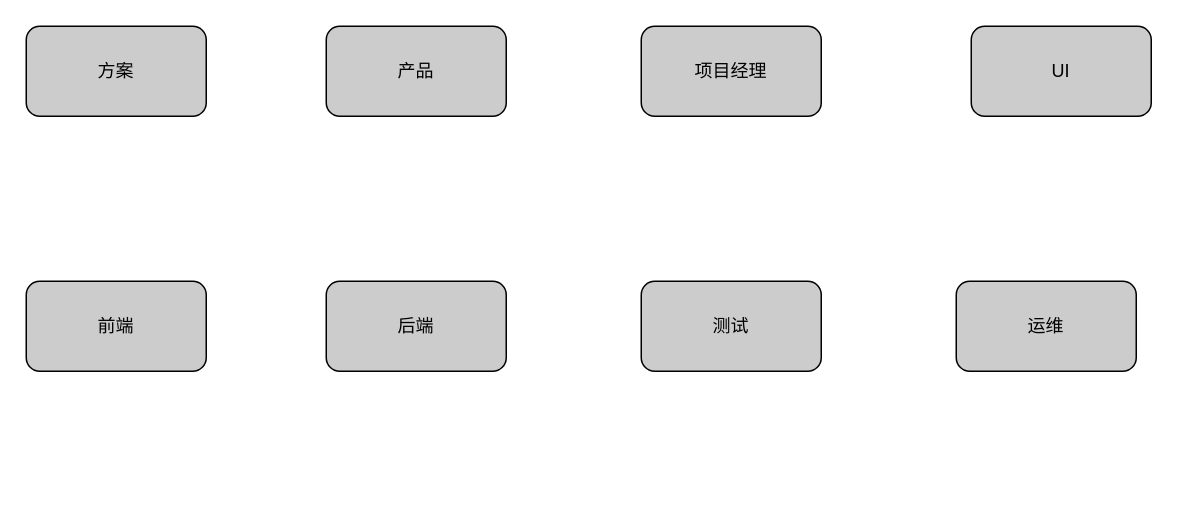
This is page "组织协作" (2 of 4) of doc/工程中心年终总结.drawio from jackyliu/design, a draw.io file, before an edit. Source tidied: cells renumbered, new cells numbered last; positions are measured from the earlier drawing's top-left corner, leaving out a move shared by most shapes. Both pictures are drawn from the tidied source at 150%, with x=0, y=0 at pixel (26, 26).
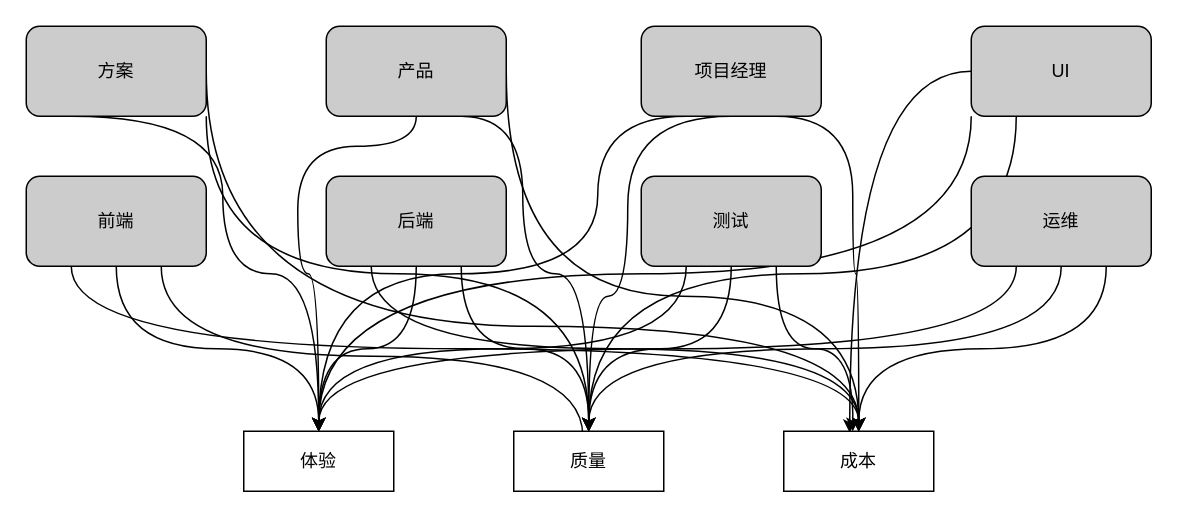
After the change.

The change refers to these unchanged cells:
```xml
<mxCell id="2" value="产品" style="rounded=1;whiteSpace=wrap;html=1;fillColor=#CCCCCC;" parent="1" vertex="1">
  <mxGeometry x="200" width="120" height="60" as="geometry" />
</mxCell>
<mxCell id="3" value="方案" style="rounded=1;whiteSpace=wrap;html=1;fillColor=#CCCCCC;" parent="1" vertex="1">
  <mxGeometry width="120" height="60" as="geometry" />
</mxCell>
<mxCell id="4" value="项目经理" style="rounded=1;whiteSpace=wrap;html=1;fillColor=#CCCCCC;" parent="1" vertex="1">
  <mxGeometry x="410" width="120" height="60" as="geometry" />
</mxCell>
<mxCell id="5" value="UI" style="rounded=1;whiteSpace=wrap;html=1;fillColor=#CCCCCC;" parent="1" vertex="1">
  <mxGeometry x="630" width="120" height="60" as="geometry" />
</mxCell>
```

Diff of the diagram source:
```diff
@@
+    <mxCell id="10" style="edgeStyle=orthogonalEdgeStyle;curved=1;rounded=0;jettySize=auto;html=1;exitX=0.5;exitY=1;exitDx=0;exitDy=0;entryX=0.5;entryY=0;entryDx=0;entryDy=0;" parent="1" edge="1" source="2" target="34">
+      <mxGeometry relative="1" as="geometry">
+        <Array as="points">
+          <mxPoint x="260" y="80" />
+          <mxPoint x="181" y="80" />
+          <mxPoint x="181" y="165" />
+          <mxPoint x="195" y="165" />
+        </Array>
+      </mxGeometry>
+    </mxCell>
+    <mxCell id="11" style="edgeStyle=orthogonalEdgeStyle;curved=1;rounded=0;jettySize=auto;html=1;exitX=0.75;exitY=1;exitDx=0;exitDy=0;entryX=0.5;entryY=0;entryDx=0;entryDy=0;" parent="1" edge="1" source="2" target="35">
+      <mxGeometry relative="1" as="geometry">
+        <Array as="points">
+          <mxPoint x="331" y="60" />
+          <mxPoint x="331" y="165" />
+          <mxPoint x="375" y="165" />
+        </Array>
+      </mxGeometry>
+    </mxCell>
+    <mxCell id="12" style="edgeStyle=orthogonalEdgeStyle;curved=1;rounded=0;jettySize=auto;html=1;exitX=1;exitY=0.5;exitDx=0;exitDy=0;" parent="1" edge="1" source="2" target="36">
+      <mxGeometry relative="1" as="geometry">
+        <Array as="points">
+          <mxPoint x="320" y="180" />
+          <mxPoint x="555" y="180" />
+        </Array>
+      </mxGeometry>
+    </mxCell>
@@
+    <mxCell id="13" style="edgeStyle=orthogonalEdgeStyle;curved=1;rounded=0;jettySize=auto;html=1;exitX=0.25;exitY=1;exitDx=0;exitDy=0;" parent="1" edge="1" source="3" target="34">
+      <mxGeometry relative="1" as="geometry">
+        <Array as="points">
+          <mxPoint x="131" y="60" />
+          <mxPoint x="131" y="165" />
+          <mxPoint x="195" y="165" />
+        </Array>
+      </mxGeometry>
+    </mxCell>
+    <mxCell id="14" style="edgeStyle=orthogonalEdgeStyle;curved=1;rounded=0;jettySize=auto;html=1;exitX=1;exitY=1;exitDx=0;exitDy=0;entryX=0.5;entryY=0;entryDx=0;entryDy=0;" parent="1" edge="1" source="3" target="35">
+      <mxGeometry relative="1" as="geometry" />
+    </mxCell>
+    <mxCell id="15" style="edgeStyle=orthogonalEdgeStyle;curved=1;rounded=0;jettySize=auto;html=1;exitX=1;exitY=0.5;exitDx=0;exitDy=0;" parent="1" edge="1" source="3" target="36">
+      <mxGeometry relative="1" as="geometry">
+        <Array as="points">
+          <mxPoint x="120" y="200" />
+          <mxPoint x="555" y="200" />
+        </Array>
+      </mxGeometry>
+    </mxCell>
@@
+    <mxCell id="16" style="edgeStyle=orthogonalEdgeStyle;curved=1;rounded=0;jettySize=auto;html=1;exitX=0.25;exitY=1;exitDx=0;exitDy=0;" parent="1" edge="1" source="4" target="34">
+      <mxGeometry relative="1" as="geometry">
+        <Array as="points">
+          <mxPoint x="381" y="60" />
+          <mxPoint x="381" y="165" />
+          <mxPoint x="195" y="165" />
+        </Array>
+      </mxGeometry>
+    </mxCell>
+    <mxCell id="17" style="edgeStyle=orthogonalEdgeStyle;curved=1;rounded=0;jettySize=auto;html=1;exitX=0.5;exitY=1;exitDx=0;exitDy=0;entryX=0.5;entryY=0;entryDx=0;entryDy=0;" parent="1" edge="1" source="4" target="35">
+      <mxGeometry relative="1" as="geometry">
+        <Array as="points">
+          <mxPoint x="401" y="60" />
+          <mxPoint x="401" y="180" />
+          <mxPoint x="375" y="180" />
+        </Array>
+      </mxGeometry>
+    </mxCell>
+    <mxCell id="18" style="edgeStyle=orthogonalEdgeStyle;curved=1;rounded=0;jettySize=auto;html=1;exitX=0.75;exitY=1;exitDx=0;exitDy=0;" parent="1" edge="1" source="4" target="36">
+      <mxGeometry relative="1" as="geometry">
+        <Array as="points">
+          <mxPoint x="551" y="60" />
+          <mxPoint x="551" y="165" />
+          <mxPoint x="555" y="165" />
+        </Array>
+      </mxGeometry>
+    </mxCell>
@@
+    <mxCell id="19" style="edgeStyle=orthogonalEdgeStyle;curved=1;rounded=0;jettySize=auto;html=1;exitX=0;exitY=1;exitDx=0;exitDy=0;entryX=0.5;entryY=0;entryDx=0;entryDy=0;" parent="1" edge="1" source="5" target="34">
+      <mxGeometry relative="1" as="geometry" />
+    </mxCell>
+    <mxCell id="20" style="edgeStyle=orthogonalEdgeStyle;curved=1;rounded=0;jettySize=auto;html=1;exitX=0.25;exitY=1;exitDx=0;exitDy=0;entryX=0.5;entryY=0;entryDx=0;entryDy=0;" parent="1" edge="1" source="5" target="35">
+      <mxGeometry relative="1" as="geometry" />
+    </mxCell>
+    <mxCell id="21" style="edgeStyle=orthogonalEdgeStyle;curved=1;rounded=0;jettySize=auto;html=1;exitX=0;exitY=0.5;exitDx=0;exitDy=0;entryX=0.44;entryY=0.025;entryDx=0;entryDy=0;entryPerimeter=0;" parent="1" edge="1" source="5" target="36">
+      <mxGeometry relative="1" as="geometry" />
+    </mxCell>
@@
+    <mxCell id="22" style="edgeStyle=orthogonalEdgeStyle;curved=1;rounded=0;jettySize=auto;html=1;exitX=0.5;exitY=1;exitDx=0;exitDy=0;" parent="1" edge="1" source="6" target="34">
+      <mxGeometry relative="1" as="geometry" />
+    </mxCell>
+    <mxCell id="23" style="edgeStyle=orthogonalEdgeStyle;curved=1;rounded=0;jettySize=auto;html=1;exitX=0.75;exitY=1;exitDx=0;exitDy=0;" parent="1" edge="1" source="6">
+      <mxGeometry relative="1" as="geometry">
+        <mxPoint x="371" y="280" as="targetPoint" />
+      </mxGeometry>
+    </mxCell>
+    <mxCell id="24" style="edgeStyle=orthogonalEdgeStyle;curved=1;rounded=0;jettySize=auto;html=1;exitX=0.25;exitY=1;exitDx=0;exitDy=0;" parent="1" edge="1" source="6" target="36">
+      <mxGeometry relative="1" as="geometry" />
+    </mxCell>
     <mxCell id="6" value="前端" style="rounded=1;whiteSpace=wrap;html=1;fillColor=#CCCCCC;" parent="1" vertex="1">
-      <mxGeometry y="170" width="120" height="60" as="geometry" />
+      <mxGeometry y="100" width="120" height="60" as="geometry" />
     </mxCell>
+    <mxCell id="25" style="edgeStyle=orthogonalEdgeStyle;curved=1;rounded=0;jettySize=auto;html=1;entryX=0.5;entryY=0;entryDx=0;entryDy=0;" parent="1" edge="1" source="7" target="34">
+      <mxGeometry relative="1" as="geometry" />
+    </mxCell>
+    <mxCell id="26" style="edgeStyle=orthogonalEdgeStyle;curved=1;rounded=0;jettySize=auto;html=1;exitX=0.75;exitY=1;exitDx=0;exitDy=0;" parent="1" edge="1" source="7" target="35">
+      <mxGeometry relative="1" as="geometry" />
+    </mxCell>
+    <mxCell id="27" style="edgeStyle=orthogonalEdgeStyle;curved=1;rounded=0;jettySize=auto;html=1;exitX=0.25;exitY=1;exitDx=0;exitDy=0;entryX=0.5;entryY=0;entryDx=0;entryDy=0;" parent="1" edge="1" source="7" target="36">
+      <mxGeometry relative="1" as="geometry" />
+    </mxCell>
     <mxCell id="7" value="后端" style="rounded=1;whiteSpace=wrap;html=1;fillColor=#CCCCCC;" parent="1" vertex="1">
-      <mxGeometry x="200" y="170" width="120" height="60" as="geometry" />
+      <mxGeometry x="200" y="100" width="120" height="60" as="geometry" />
     </mxCell>
+    <mxCell id="28" style="edgeStyle=orthogonalEdgeStyle;curved=1;rounded=0;jettySize=auto;html=1;exitX=0.25;exitY=1;exitDx=0;exitDy=0;entryX=0.5;entryY=0;entryDx=0;entryDy=0;" parent="1" edge="1" source="8" target="34">
+      <mxGeometry relative="1" as="geometry" />
+    </mxCell>
+    <mxCell id="29" style="edgeStyle=orthogonalEdgeStyle;curved=1;rounded=0;jettySize=auto;html=1;exitX=0.5;exitY=1;exitDx=0;exitDy=0;" parent="1" edge="1" source="8" target="35">
+      <mxGeometry relative="1" as="geometry" />
+    </mxCell>
+    <mxCell id="30" style="edgeStyle=orthogonalEdgeStyle;curved=1;rounded=0;jettySize=auto;html=1;exitX=0.75;exitY=1;exitDx=0;exitDy=0;" parent="1" edge="1" source="8">
+      <mxGeometry relative="1" as="geometry">
+        <mxPoint x="551" y="270" as="targetPoint" />
+      </mxGeometry>
+    </mxCell>
     <mxCell id="8" value="测试" style="rounded=1;whiteSpace=wrap;html=1;fillColor=#CCCCCC;" parent="1" vertex="1">
-      <mxGeometry x="410" y="170" width="120" height="60" as="geometry" />
+      <mxGeometry x="410" y="100" width="120" height="60" as="geometry" />
     </mxCell>
+    <mxCell id="31" style="edgeStyle=orthogonalEdgeStyle;curved=1;rounded=0;jettySize=auto;html=1;exitX=0.25;exitY=1;exitDx=0;exitDy=0;" parent="1" edge="1" source="9" target="34">
+      <mxGeometry relative="1" as="geometry" />
+    </mxCell>
+    <mxCell id="32" style="edgeStyle=orthogonalEdgeStyle;curved=1;rounded=0;jettySize=auto;html=1;exitX=0.5;exitY=1;exitDx=0;exitDy=0;entryX=0.5;entryY=0;entryDx=0;entryDy=0;" parent="1" edge="1" source="9" target="35">
+      <mxGeometry relative="1" as="geometry" />
+    </mxCell>
+    <mxCell id="33" style="edgeStyle=orthogonalEdgeStyle;curved=1;rounded=0;jettySize=auto;html=1;exitX=0.75;exitY=1;exitDx=0;exitDy=0;entryX=0.5;entryY=0;entryDx=0;entryDy=0;" parent="1" edge="1" source="9" target="36">
+      <mxGeometry relative="1" as="geometry" />
+    </mxCell>
     <mxCell id="9" value="运维" style="rounded=1;whiteSpace=wrap;html=1;fillColor=#CCCCCC;" parent="1" vertex="1">
-      <mxGeometry x="620" y="170" width="120" height="60" as="geometry" />
+      <mxGeometry x="630" y="100" width="120" height="60" as="geometry" />
     </mxCell>
+    <mxCell id="34" value="体验" style="whiteSpace=wrap;html=1;" parent="1" vertex="1">
+      <mxGeometry x="145" y="270" width="100" height="40" as="geometry" />
+    </mxCell>
+    <mxCell id="35" value="质量" style="whiteSpace=wrap;html=1;" parent="1" vertex="1">
+      <mxGeometry x="325" y="270" width="100" height="40" as="geometry" />
+    </mxCell>
+    <mxCell id="36" value="成本" style="whiteSpace=wrap;html=1;" parent="1" vertex="1">
+      <mxGeometry x="505" y="270" width="100" height="40" as="geometry" />
+    </mxCell>
```
